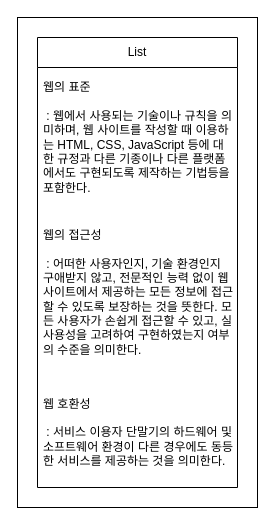
Earlier version of the draw.io diagram img/7-8_test4.drawio (Dana-Moon/0516). Source tidied: cells renumbered, new cells numbered last; positions are measured from the earlier drawing's top-left corner, leaving out a move shared by most shapes. Both pictures are drawn from the tidied source at 100%, with x=0, y=0 at pixel (17, 17).
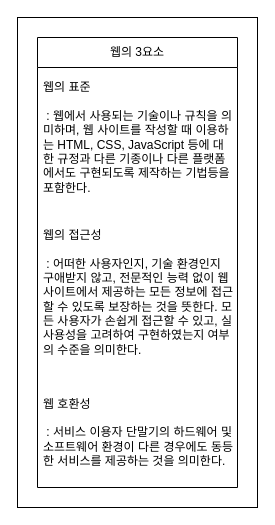
Above is the later version.

Diff of the diagram source:
```diff
@@
 <mxGraphModel>
   <root>
     <mxCell id="0" />
     <mxCell id="1" parent="0" />
     <mxCell id="2" style="rounded=0;whiteSpace=wrap;html=1;hachureGap=4;" parent="1" vertex="1">
       <mxGeometry width="240" height="490" as="geometry" />
     </mxCell>
-    <mxCell id="3" value="List" style="swimlane;fontStyle=0;horizontal=1;startSize=30;hachureGap=4;whiteSpace=wrap;" parent="1" vertex="1">
+    <mxCell id="3" value="웹의 3요소" style="swimlane;fontStyle=0;horizontal=1;startSize=30;hachureGap=4;whiteSpace=wrap;" parent="1" vertex="1">
       <mxGeometry x="20" y="20" width="200" height="450" as="geometry" />
     </mxCell>
     <mxCell id="4" value="웹의 표준&#10;&#10; : 웹에서 사용되는 기술이나 규칙을 의미하며, 웹 사이트를 작성할 때 이용하는 HTML, CSS, JavaScript 등에 대한 규정과 다른 기종이나 다른 플랫폼에서도 구현되도록 제작하는 기법등을 포함한다." style="text;strokeColor=none;fillColor=none;align=left;verticalAlign=middle;spacingLeft=4;spacingRight=4;overflow=hidden;hachureGap=4;whiteSpace=wrap;" parent="3" vertex="1">
       <mxGeometry y="30" width="200" height="140" as="geometry" />
     </mxCell>
     <mxCell id="5" value="웹의 접근성&#10;&#10; : 어떠한 사용자인지, 기술 환경인지 구애받지 않고, 전문적인 능력 없이 웹 사이트에서 제공하는 모든 정보에 접근할 수 있도록 보장하는 것을 뜻한다. 모든 사용자가 손쉽게 접근할 수 있고, 실사용성을 고려하여 구현하였는지 여부의 수준을 의미한다." style="text;strokeColor=none;fillColor=none;align=left;verticalAlign=middle;spacingLeft=4;spacingRight=4;overflow=hidden;hachureGap=4;whiteSpace=wrap;" parent="3" vertex="1">
       <mxGeometry y="170" width="200" height="170" as="geometry" />
     </mxCell>
     <mxCell id="6" value="웹 호환성&#10;&#10; : 서비스 이용자 단말기의 하드웨어 및 소프트웨어 환경이 다른 경우에도 동등한 서비스를 제공하는 것을 의미한다." style="text;strokeColor=none;fillColor=none;align=left;verticalAlign=middle;spacingLeft=4;spacingRight=4;overflow=hidden;hachureGap=4;whiteSpace=wrap;" parent="3" vertex="1">
       <mxGeometry y="340" width="200" height="110" as="geometry" />
     </mxCell>
   </root>
 </mxGraphModel>
```
